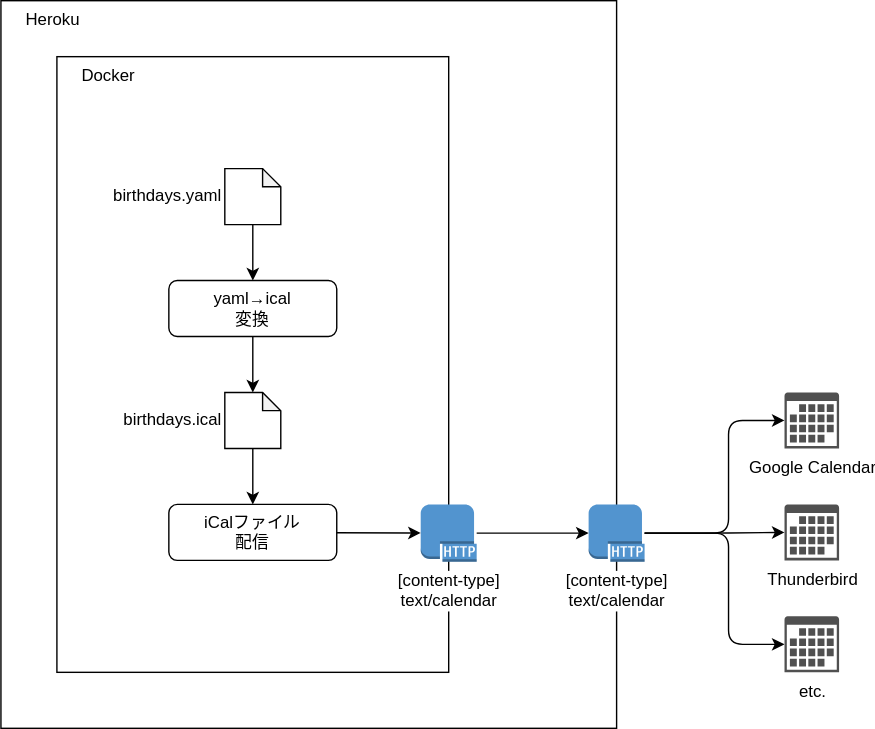
Above: docs/overview.drawio.svg in ushibutatory/umamusume-birthdays (draw.io), before the change. Source tidied: cells renumbered, new cells last; positions are measured from the earlier drawing's top-left corner, leaving out a move shared by most shapes.
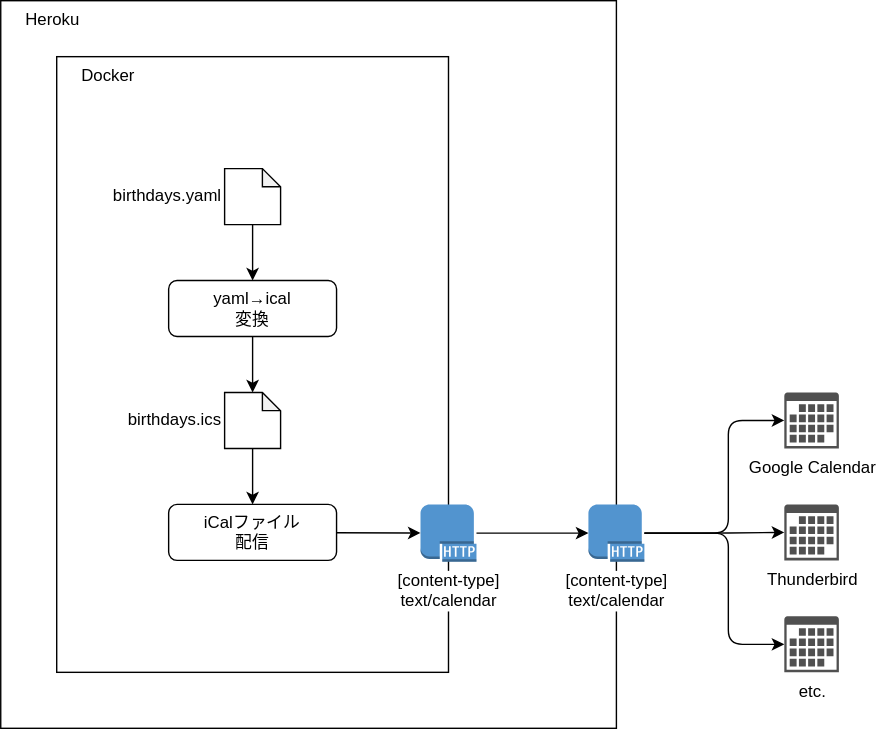
After the change.

Change to the diagram source:
```diff
@@ -48,7 +48,7 @@
     <mxCell id="13" value="iCalファイル&lt;br&gt;配信" style="whiteSpace=wrap;html=1;rounded=1;" parent="1" vertex="1">
       <mxGeometry x="120" y="360" width="120" height="40" as="geometry" />
     </mxCell>
-    <mxCell id="14" value="birthdays.ical" style="shape=note;whiteSpace=wrap;html=1;backgroundOutline=1;darkOpacity=0.05;labelPosition=left;verticalLabelPosition=middle;align=right;verticalAlign=middle;size=13;" parent="1" vertex="1">
+    <mxCell id="14" value="birthdays.ics" style="shape=note;whiteSpace=wrap;html=1;backgroundOutline=1;darkOpacity=0.05;labelPosition=left;verticalLabelPosition=middle;align=right;verticalAlign=middle;size=13;" parent="1" vertex="1">
       <mxGeometry x="160" y="280" width="40" height="40" as="geometry" />
     </mxCell>
     <mxCell id="15" style="endArrow=classic;html=1;" parent="1" edge="1" source="4" target="14">
```
